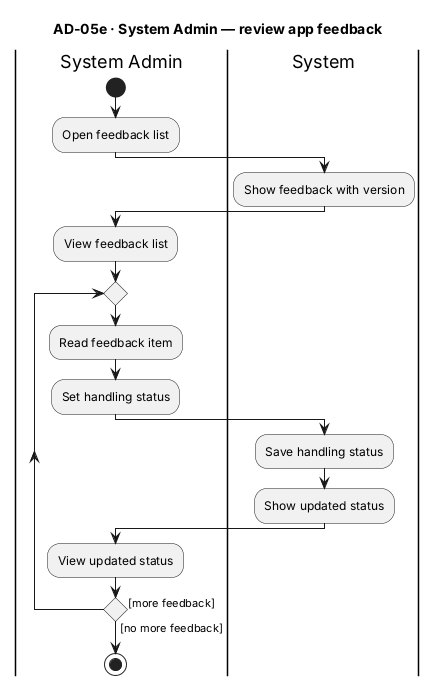
The-Golden-Trio/Capstone-Project keeps this PlantUML diagram as reports/master/figures/AD-05e_SystemAdmin_ReviewFeedback.png. Above is the earlier version.
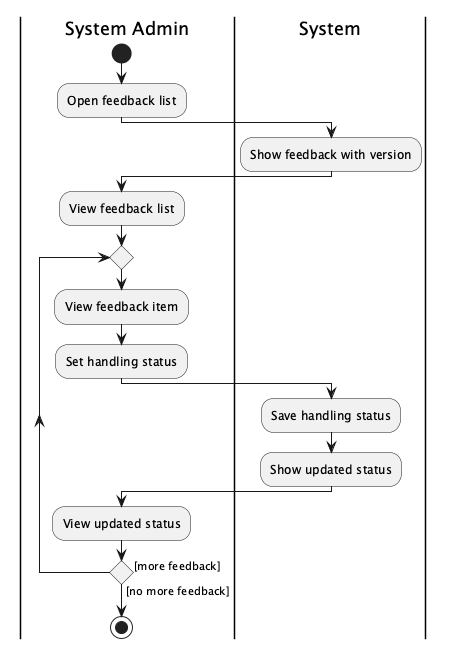
The same file after the commit.

Diff of the diagram source:
```diff
@@ -1,5 +1,4 @@
 @startuml AD-05e_SystemAdmin_ReviewFeedback
-title AD-05e · System Admin — review app feedback
 
 |System Admin|
 |System|
@@ -12,7 +11,7 @@
 |System Admin|
 :View feedback list;
 repeat
-  :Read feedback item;
+  :View feedback item;
   :Set handling status;
   |System|
   :Save handling status;
```
